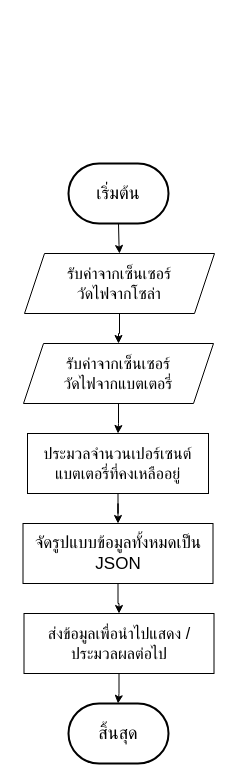
Above: page "bms-report-api" (1 of 3) of function.drawio in toonshouin/psc-flowchart-workshop (draw.io), before the change. Source tidied: cells renumbered, new cells numbered last; positions are measured from the earlier drawing's top-left corner, leaving out a move shared by most shapes. Both pictures are drawn from the tidied source at 100%, with x=0, y=0 at pixel (22, 163).
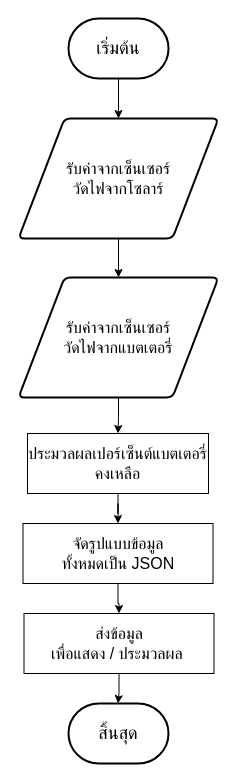
Above is the later version.

Change to the diagram source:
```diff
@@
 <mxGraphModel>
   <root>
     <mxCell id="0" />
     <mxCell id="1" parent="0" />
-    <mxCell id="2" style="edgeStyle=orthogonalEdgeStyle;rounded=0;jettySize=auto;html=1;" parent="1" edge="1" target="4">
-      <mxGeometry relative="1" as="geometry">
-        <mxPoint x="96" y="60" as="sourcePoint" />
-      </mxGeometry>
-    </mxCell>
-    <mxCell id="3" style="edgeStyle=orthogonalEdgeStyle;rounded=0;jettySize=auto;html=1;" parent="1" edge="1" source="4" target="6">
-      <mxGeometry relative="1" as="geometry" />
-    </mxCell>
-    <mxCell id="4" value="&lt;div&gt;รับค่าจากเซ็นเซอร์&lt;/div&gt;&lt;div&gt;วัดไฟจากโซล่า&lt;/div&gt;" style="shape=parallelogram;perimeter=parallelogramPerimeter;whiteSpace=wrap;html=1;fixedSize=1;fontSize=16;" parent="1" vertex="1">
-      <mxGeometry x="2" y="90" width="190" height="60" as="geometry" />
-    </mxCell>
-    <mxCell id="5" style="edgeStyle=orthogonalEdgeStyle;rounded=0;jettySize=auto;html=1;" parent="1" edge="1" source="6" target="8">
-      <mxGeometry relative="1" as="geometry" />
-    </mxCell>
-    <mxCell id="6" value="&lt;div&gt;รับค่าจากเซ็นเซอร์&lt;/div&gt;&lt;div&gt;วัดไฟจากแบตเตอรี่&lt;/div&gt;" style="shape=parallelogram;perimeter=parallelogramPerimeter;whiteSpace=wrap;html=1;fixedSize=1;fontSize=16;" parent="1" vertex="1">
-      <mxGeometry x="1" y="180" width="190" height="60" as="geometry" />
-    </mxCell>
     <mxCell id="7" style="edgeStyle=orthogonalEdgeStyle;rounded=0;jettySize=auto;html=1;" parent="1" edge="1" source="8" target="10">
       <mxGeometry relative="1" as="geometry" />
     </mxCell>
-    <mxCell id="8" value="&lt;div&gt;ประมวลจำนวนเปอร์เซนต์แบตเตอรี่ที่คงเหลืออยู่&lt;/div&gt;" style="rounded=0;whiteSpace=wrap;html=1;fontSize=16;" parent="1" vertex="1">
+    <mxCell id="8" value="ประมวลผลเปอร์เซ็นต์แบตเตอรี่คงเหลือ" style="rounded=0;whiteSpace=wrap;html=1;fontSize=16;" parent="1" vertex="1">
       <mxGeometry x="5" y="270" width="181" height="60" as="geometry" />
     </mxCell>
     <mxCell id="9" style="edgeStyle=orthogonalEdgeStyle;rounded=0;jettySize=auto;html=1;" parent="1" edge="1" source="10" target="12">
       <mxGeometry relative="1" as="geometry" />
     </mxCell>
-    <mxCell id="10" value="&lt;font style=&quot;font-size: 17px;&quot;&gt;จัดรูปแบบข้อมูลทั้งหมดเป็น JSON&lt;/font&gt;" style="whiteSpace=wrap;html=1;fontSize=16;rounded=0;" parent="1" vertex="1">
+    <mxCell id="10" value="จัดรูปแบบข้อมูล&lt;div&gt;ทั้งหมดเป็น JSON&lt;/div&gt;" style="whiteSpace=wrap;html=1;fontSize=16;rounded=0;" parent="1" vertex="1">
       <mxGeometry x="0.5" y="360" width="190" height="60" as="geometry" />
     </mxCell>
     <mxCell id="11" style="edgeStyle=orthogonalEdgeStyle;rounded=0;jettySize=auto;html=1;" parent="1" edge="1" source="12">
       <mxGeometry relative="1" as="geometry">
         <mxPoint x="95.5" y="540" as="targetPoint" />
       </mxGeometry>
     </mxCell>
-    <mxCell id="12" value="ส่งข้อมูลเพื่อนำไปแสดง / ประมวลผลต่อไป" style="whiteSpace=wrap;html=1;fontSize=16;rounded=0;" parent="1" vertex="1">
+    <mxCell id="12" value="ส่งข้อมูล&lt;div&gt;เพื่อแสดง / ประมวลผล&amp;nbsp;&lt;/div&gt;" style="whiteSpace=wrap;html=1;fontSize=16;rounded=0;" parent="1" vertex="1">
       <mxGeometry x="1.5" y="450" width="190" height="60" as="geometry" />
     </mxCell>
+    <mxCell id="15" style="edgeStyle=orthogonalEdgeStyle;rounded=0;jettySize=auto;html=1;" parent="1" edge="1" source="13" target="17">
+      <mxGeometry relative="1" as="geometry" />
+    </mxCell>
     <mxCell id="13" value="เริ่มต้น" style="strokeWidth=2;html=1;shape=mxgraph.flowchart.terminator;whiteSpace=wrap;fontSize=18;" parent="1" vertex="1">
-      <mxGeometry x="46" width="100" height="60" as="geometry" />
+      <mxGeometry x="46" y="-145" width="100" height="60" as="geometry" />
     </mxCell>
     <mxCell id="14" value="สิ้นสุด" style="strokeWidth=2;html=1;shape=mxgraph.flowchart.terminator;whiteSpace=wrap;fontSize=18;" parent="1" vertex="1">
       <mxGeometry x="46" y="540" width="100" height="60" as="geometry" />
     </mxCell>
+    <mxCell id="16" style="edgeStyle=orthogonalEdgeStyle;rounded=0;jettySize=auto;html=1;" parent="1" edge="1" source="17" target="6">
+      <mxGeometry relative="1" as="geometry" />
+    </mxCell>
+    <mxCell id="17" value="&lt;span style=&quot;font-size: 16px;&quot;&gt;รับค่าจากเซ็นเซอร์&lt;/span&gt;&lt;div style=&quot;font-size: 16px;&quot;&gt;วัดไฟจากโซลาร์&lt;/div&gt;" style="shape=parallelogram;html=1;strokeWidth=2;perimeter=parallelogramPerimeter;whiteSpace=wrap;rounded=1;arcSize=12;size=0.23;" parent="1" vertex="1">
+      <mxGeometry x="-4" y="-45" width="200" height="120" as="geometry" />
+    </mxCell>
+    <mxCell id="5" style="edgeStyle=orthogonalEdgeStyle;rounded=0;jettySize=auto;html=1;" parent="1" edge="1" source="6" target="8">
+      <mxGeometry relative="1" as="geometry" />
+    </mxCell>
+    <mxCell id="6" value="&lt;span style=&quot;font-size: 16px;&quot;&gt;รับค่าจากเซ็นเซอร์&lt;/span&gt;&lt;div style=&quot;font-size: 16px;&quot;&gt;วัดไฟจากแบตเตอรี่&lt;/div&gt;" style="shape=parallelogram;html=1;strokeWidth=2;perimeter=parallelogramPerimeter;whiteSpace=wrap;rounded=1;arcSize=12;size=0.23;" parent="1" vertex="1">
+      <mxGeometry x="-4" y="114" width="200" height="120" as="geometry" />
+    </mxCell>
   </root>
 </mxGraphModel>
```
